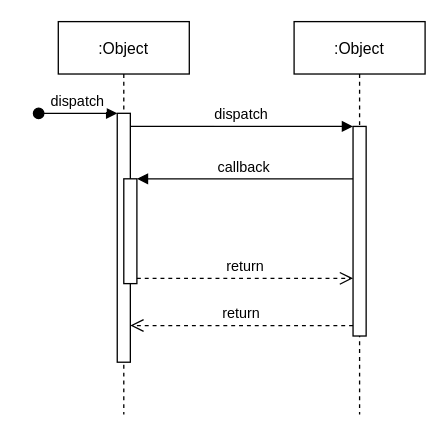
GitLlamma/UML_Diagrams keeps this draw.io diagram as Untitled Diagram.drawio. Above is the earlier version. Source tidied: cells renumbered, new cells numbered last; positions are measured from the earlier drawing's top-left corner, leaving out a move shared by most shapes. Both pictures are drawn from the tidied source at 131%, with x=0, y=0 at pixel (38, 21).
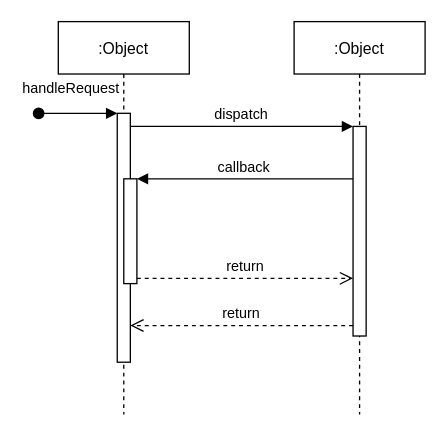
After the change.

What changed in the source:
```diff
@@
 <mxGraphModel>
   <root>
     <mxCell id="0" />
     <mxCell id="1" parent="0" />
     <mxCell id="2" value=":Object" style="shape=umlLifeline;perimeter=lifelinePerimeter;rounded=0;shadow=0;strokeWidth=1;" parent="1" vertex="1">
       <mxGeometry x="15" width="100" height="300" as="geometry" />
     </mxCell>
     <mxCell id="3" style="points=[];perimeter=orthogonalPerimeter;rounded=0;shadow=0;strokeWidth=1;" parent="2" vertex="1">
       <mxGeometry x="45" y="70" width="10" height="190" as="geometry" />
     </mxCell>
-    <mxCell id="4" value="dispatch" style="verticalAlign=bottom;startArrow=oval;endArrow=block;startSize=8;shadow=0;strokeWidth=1;" parent="2" edge="1" target="3">
-      <mxGeometry relative="1" as="geometry">
+    <mxCell id="4" value="handleRequest" style="verticalAlign=bottom;startArrow=oval;endArrow=block;startSize=8;shadow=0;strokeWidth=1;" parent="2" edge="1" target="3">
+      <mxGeometry x="-0.17" y="10" relative="1" as="geometry">
         <mxPoint x="-15" y="70" as="sourcePoint" />
       </mxGeometry>
     </mxCell>
     <mxCell id="5" style="points=[];perimeter=orthogonalPerimeter;rounded=0;shadow=0;strokeWidth=1;" parent="2" vertex="1">
       <mxGeometry x="50" y="120" width="10" height="80" as="geometry" />
     </mxCell>
     <mxCell id="6" value=":Object" style="shape=umlLifeline;perimeter=lifelinePerimeter;rounded=0;shadow=0;strokeWidth=1;" parent="1" vertex="1">
       <mxGeometry x="195" width="100" height="300" as="geometry" />
     </mxCell>
     <mxCell id="7" style="points=[];perimeter=orthogonalPerimeter;rounded=0;shadow=0;strokeWidth=1;" parent="6" vertex="1">
       <mxGeometry x="45" y="80" width="10" height="160" as="geometry" />
     </mxCell>
     <mxCell id="8" value="return" style="verticalAlign=bottom;endArrow=open;dashed=1;endSize=8;exitX=0;exitY=0.95;shadow=0;strokeWidth=1;" parent="1" edge="1" source="7" target="3">
       <mxGeometry relative="1" as="geometry" />
     </mxCell>
     <mxCell id="9" value="dispatch" style="verticalAlign=bottom;endArrow=block;entryX=0;entryY=0;shadow=0;strokeWidth=1;" parent="1" edge="1" source="3" target="7">
       <mxGeometry relative="1" as="geometry" />
     </mxCell>
     <mxCell id="10" value="callback" style="verticalAlign=bottom;endArrow=block;entryX=1;entryY=0;shadow=0;strokeWidth=1;" parent="1" edge="1" source="7" target="5">
       <mxGeometry relative="1" as="geometry" />
     </mxCell>
     <mxCell id="11" value="return" style="verticalAlign=bottom;endArrow=open;dashed=1;endSize=8;exitX=1;exitY=0.95;shadow=0;strokeWidth=1;" parent="1" edge="1" source="5" target="7">
       <mxGeometry relative="1" as="geometry" />
     </mxCell>
   </root>
 </mxGraphModel>
```
